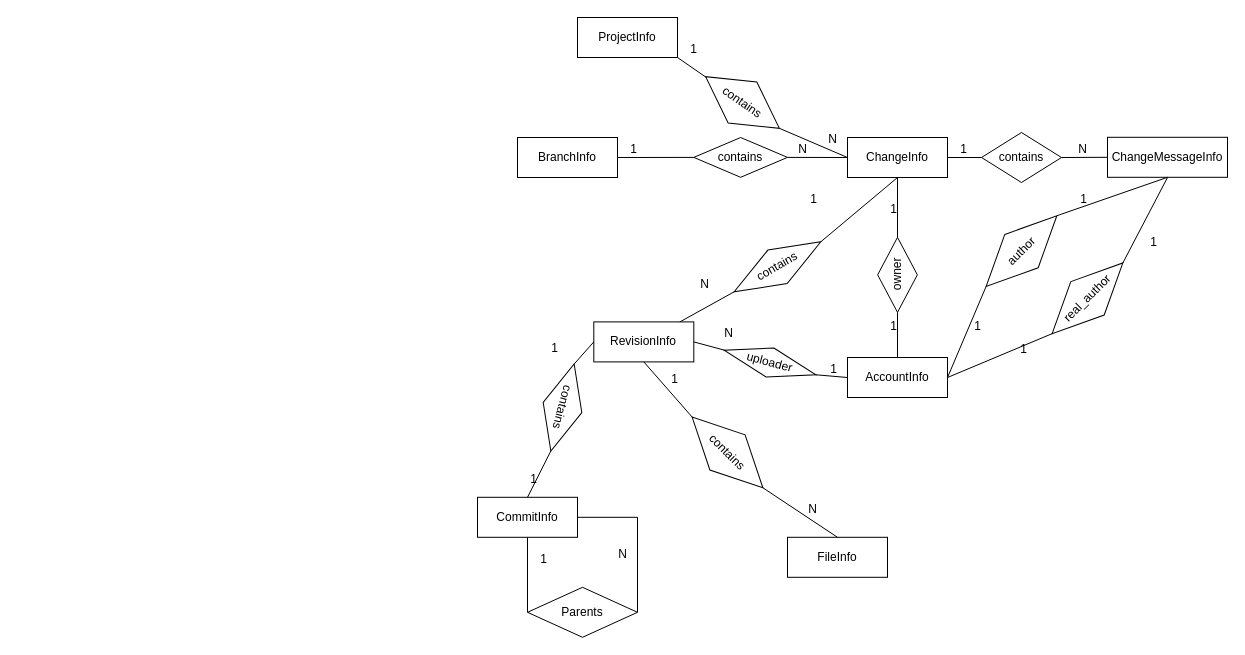
The draw.io diagram Untitled Diagram.drawio in nongfang55/drawio, before the edit. Source tidied: cells renumbered, new cells numbered last; positions are measured from the earlier drawing's top-left corner, leaving out a move shared by most shapes. Both pictures are drawn from the tidied source at 100%, with x=0, y=0 at pixel (477, 17).
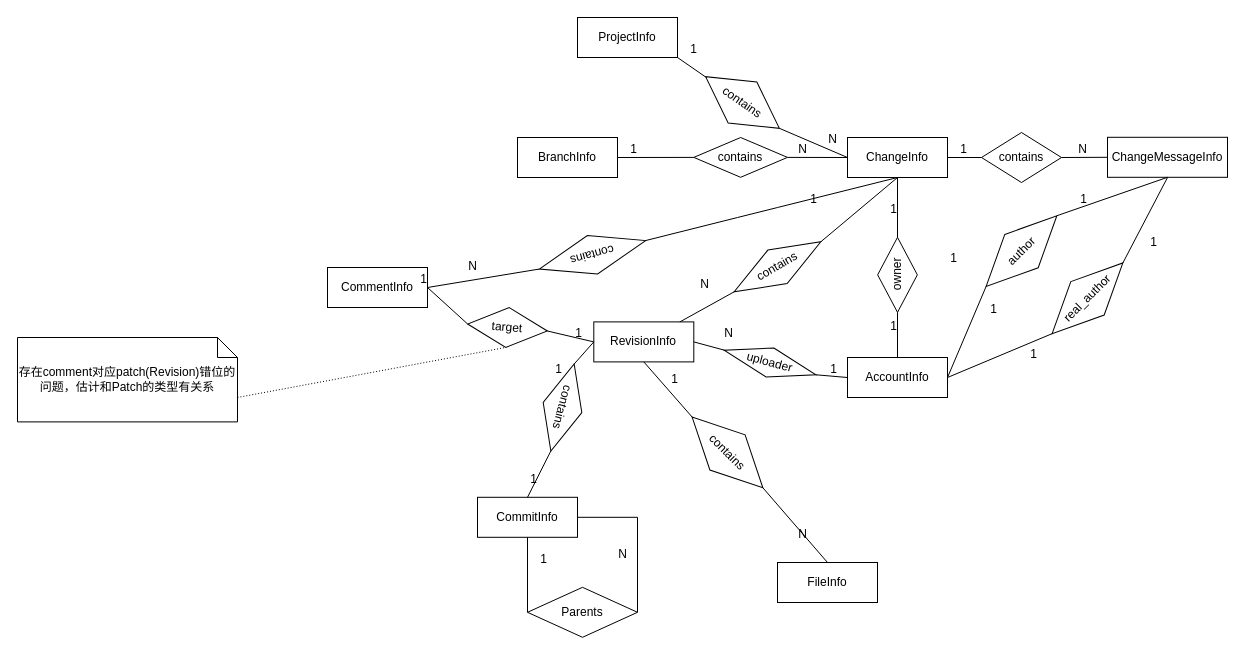
Above is the later version.

The change refers to these unchanged cells:
```xml
<mxCell id="2" value="ChangeInfo" style="whiteSpace=wrap;html=1;align=center;" parent="1" vertex="1">
  <mxGeometry x="370" y="120" width="100" height="40" as="geometry" />
</mxCell>
<mxCell id="30" style="endArrow=none;html=1;rounded=0;entryX=1;entryY=0.5;entryDx=0;entryDy=0;exitX=0;exitY=0.5;exitDx=0;exitDy=0;" parent="1" edge="1" source="27" target="21">
  <mxGeometry relative="1" as="geometry" />
</mxCell>
<mxCell id="35" style="endArrow=none;html=1;rounded=0;exitX=0;exitY=0.5;exitDx=0;exitDy=0;entryX=1;entryY=0.5;entryDx=0;entryDy=0;" parent="1" edge="1" source="32" target="21">
  <mxGeometry relative="1" as="geometry" />
</mxCell>
<mxCell id="37" value="RevisionInfo" style="whiteSpace=wrap;html=1;align=center;" parent="1" vertex="1">
  <mxGeometry x="116.3" y="304.4" width="100" height="40" as="geometry" />
</mxCell>
<mxCell id="52" style="endArrow=none;html=1;rounded=0;entryX=0;entryY=0.5;entryDx=0;entryDy=0;exitX=0;exitY=0.5;exitDx=0;exitDy=0;" parent="1" edge="1" source="49" target="37">
  <mxGeometry relative="1" as="geometry" />
</mxCell>
```

Change to the diagram source:
```diff
@@
     <mxCell id="31" value="1" style="html=1;align=right;verticalAlign=bottom;" parent="30" vertex="1">
       <mxGeometry x="1" relative="1" as="geometry">
-        <mxPoint x="34" y="-43" as="offset" />
+        <mxPoint x="50" y="-60" as="offset" />
       </mxGeometry>
     </mxCell>
@@
     <mxCell id="36" value="1" style="html=1;align=right;verticalAlign=bottom;" parent="35" vertex="1">
       <mxGeometry x="1" relative="1" as="geometry">
-        <mxPoint x="80" y="-20" as="offset" />
+        <mxPoint x="90" y="-15" as="offset" />
       </mxGeometry>
     </mxCell>
@@
     <mxCell id="53" value="1" style="html=1;align=right;verticalAlign=bottom;" parent="52" vertex="1">
       <mxGeometry x="1" relative="1" as="geometry">
-        <mxPoint x="-36" y="15" as="offset" />
+        <mxPoint x="-32" y="36" as="offset" />
       </mxGeometry>
     </mxCell>
@@
     <mxCell id="59" value="FileInfo" style="whiteSpace=wrap;html=1;align=center;" parent="1" vertex="1">
-      <mxGeometry x="310" y="519.8" width="100" height="40" as="geometry" />
+      <mxGeometry x="300" y="545" width="100" height="40" as="geometry" />
     </mxCell>
@@
+    <mxCell id="65" value="CommentInfo" style="whiteSpace=wrap;html=1;align=center;" parent="1" vertex="1">
+      <mxGeometry x="-150" y="250" width="100" height="40" as="geometry" />
+    </mxCell>
+    <mxCell id="66" value="contains" style="shape=rhombus;perimeter=rhombusPerimeter;whiteSpace=wrap;html=1;align=center;rotation=-195;" parent="1" vertex="1">
+      <mxGeometry x="60" y="217.4" width="110" height="39.8" as="geometry" />
+    </mxCell>
+    <mxCell id="67" style="endArrow=none;html=1;rounded=0;entryX=0.5;entryY=1;entryDx=0;entryDy=0;exitX=0;exitY=0.5;exitDx=0;exitDy=0;" parent="1" edge="1" source="66" target="2">
+      <mxGeometry relative="1" as="geometry">
+        <Array as="points">
+          <mxPoint x="260" y="200" />
+          <mxPoint x="300" y="190" />
+        </Array>
+      </mxGeometry>
+    </mxCell>
+    <mxCell id="68" value="1" style="html=1;align=right;verticalAlign=bottom;" parent="67" vertex="1">
+      <mxGeometry x="1" relative="1" as="geometry">
+        <mxPoint x="60" y="89" as="offset" />
+      </mxGeometry>
+    </mxCell>
+    <mxCell id="69" style="endArrow=none;html=1;rounded=0;entryX=1;entryY=0.5;entryDx=0;entryDy=0;exitX=1;exitY=0.5;exitDx=0;exitDy=0;" parent="1" edge="1" source="66" target="65">
+      <mxGeometry relative="1" as="geometry" />
+    </mxCell>
+    <mxCell id="70" value="N" style="html=1;align=right;verticalAlign=bottom;" parent="69" vertex="1">
+      <mxGeometry x="1" relative="1" as="geometry">
+        <mxPoint x="50" y="-13" as="offset" />
+      </mxGeometry>
+    </mxCell>
+    <mxCell id="71" value="target" style="shape=rhombus;perimeter=rhombusPerimeter;whiteSpace=wrap;html=1;align=center;rotation=5;" parent="1" vertex="1">
+      <mxGeometry x="-10" y="290" width="80" height="40" as="geometry" />
+    </mxCell>
+    <mxCell id="72" style="endArrow=none;html=1;rounded=0;entryX=0;entryY=0.5;entryDx=0;entryDy=0;exitX=1;exitY=0.5;exitDx=0;exitDy=0;" parent="1" edge="1" source="71" target="37">
+      <mxGeometry relative="1" as="geometry" />
+    </mxCell>
+    <mxCell id="73" value="1" style="html=1;align=right;verticalAlign=bottom;" parent="72" vertex="1">
+      <mxGeometry x="1" relative="1" as="geometry">
+        <mxPoint x="-12" as="offset" />
+      </mxGeometry>
+    </mxCell>
+    <mxCell id="74" style="endArrow=none;html=1;rounded=0;entryX=1;entryY=0.5;entryDx=0;entryDy=0;exitX=0;exitY=0.5;exitDx=0;exitDy=0;" parent="1" edge="1" source="71" target="65">
+      <mxGeometry relative="1" as="geometry" />
+    </mxCell>
+    <mxCell id="75" value="1" style="html=1;align=right;verticalAlign=bottom;" parent="74" vertex="1">
+      <mxGeometry x="1" relative="1" as="geometry" />
+    </mxCell>
+    <mxCell id="76" value="存在comment对应patch(Revision)错位的问题，估计和Patch的类型有关系" style="shape=note;size=20;whiteSpace=wrap;html=1;" parent="1" vertex="1">
+      <mxGeometry x="-460" y="320" width="220" height="84.4" as="geometry" />
+    </mxCell>
+    <mxCell id="77" style="endArrow=none;html=1;rounded=0;dashed=1;dashPattern=1 2;entryX=0.5;entryY=1;entryDx=0;entryDy=0;exitX=0;exitY=0;exitDx=220;exitDy=60;exitPerimeter=0;" parent="1" edge="1" source="76" target="71">
+      <mxGeometry relative="1" as="geometry" />
+    </mxCell>
```
